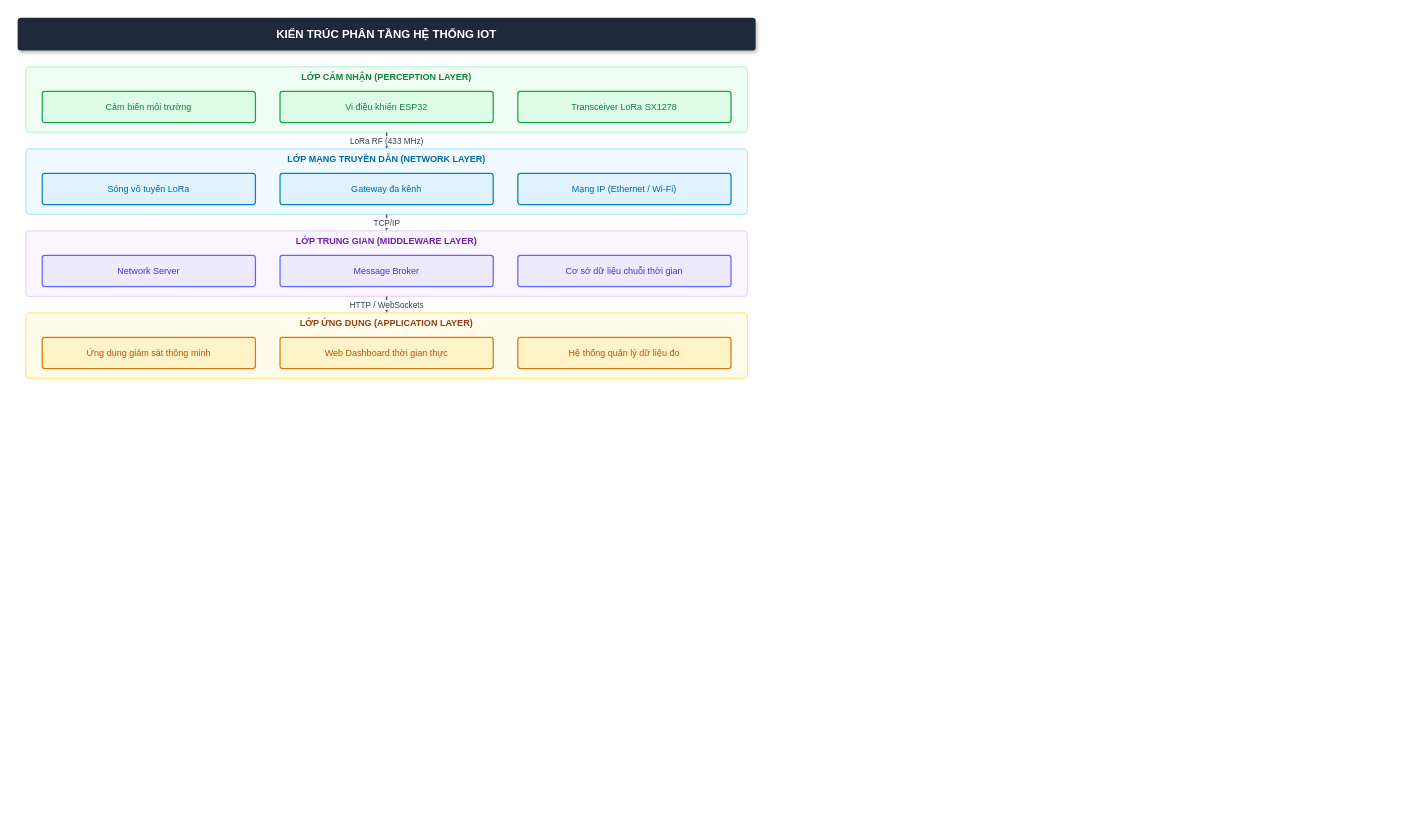
This is page "01_kien_truc_iot_4_lop" (1 of 13) of figs/full_project_diagrams.drawio from Brauuwu/LoRa_TinyML_Hopping, a draw.io file, before an edit. Source tidied: cells renumbered, new cells numbered last; positions are measured from the earlier drawing's top-left corner, leaving out a move shared by most shapes. Both pictures are drawn from the tidied source at 82%, with x=0, y=0 at pixel (17, 17).
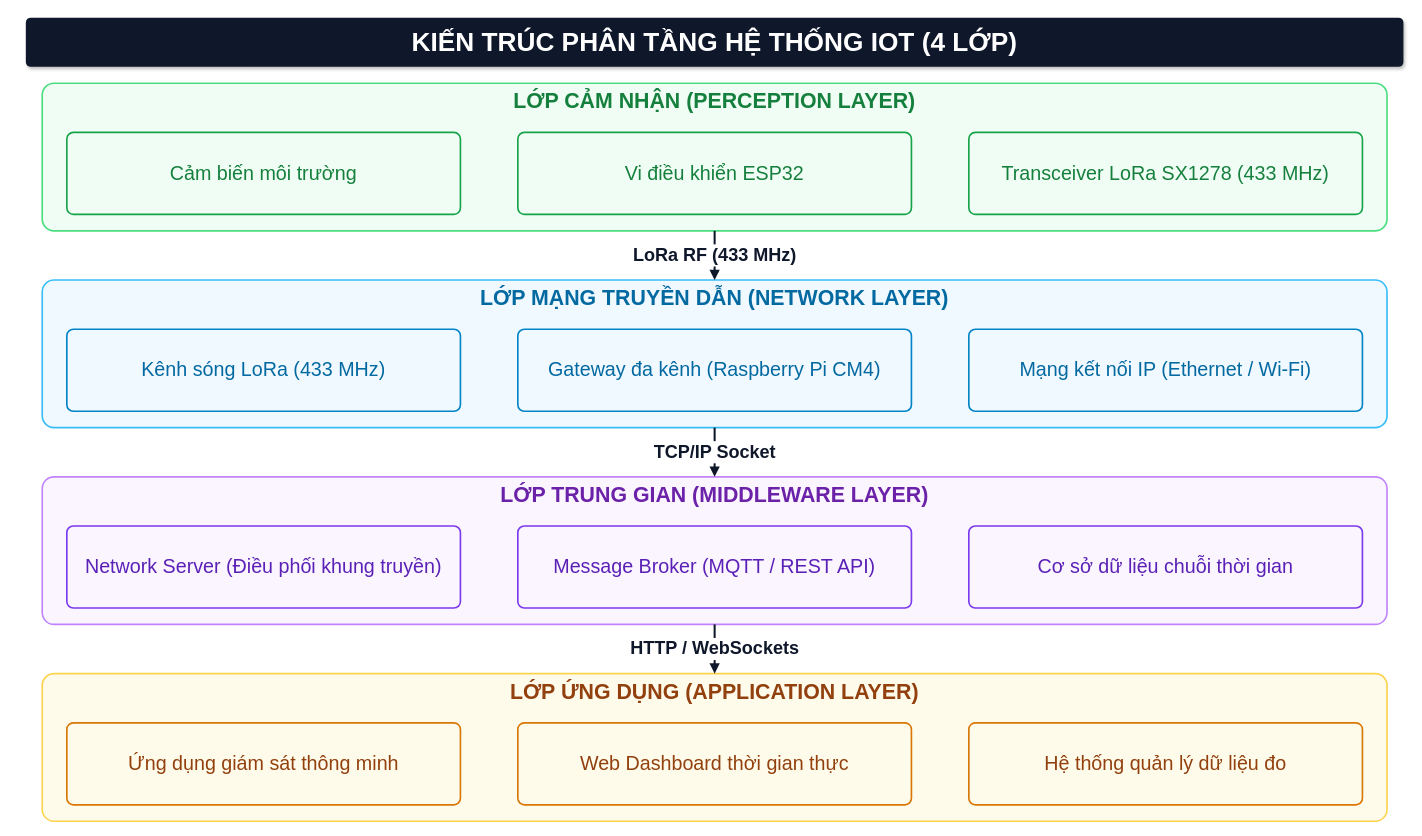
After the change.

What changed in the source:
```diff
@@
-    <mxCell id="2" value="KIẾN TRÚC PHÂN TẦNG HỆ THỐNG IOT" style="rounded=1;whiteSpace=wrap;html=1;fillColor=#1e293b;strokeColor=none;fontColor=#ffffff;fontStyle=1;fontSize=14;shadow=1;arcSize=10;" parent="1" vertex="1">
-      <mxGeometry width="900" height="40" as="geometry" />
+    <mxCell id="2" value="KIẾN TRÚC PHÂN TẦNG HỆ THỐNG IOT (4 LỚP)" style="rounded=1;whiteSpace=wrap;html=1;fillColor=#0f172a;strokeColor=none;fontColor=#ffffff;fontStyle=1;fontSize=32;shadow=1;arcSize=10;fontFamily=Helvetica;" parent="1" vertex="1">
+      <mxGeometry x="10" width="1680" height="60" as="geometry" />
     </mxCell>
-    <mxCell id="3" value="LỚP CẢM NHẬN (PERCEPTION LAYER)" style="rounded=1;whiteSpace=wrap;html=1;fillColor=#f0fdf4;strokeColor=#bbf7d0;strokeWidth=1.5;verticalAlign=top;fontStyle=1;fontSize=11;fontColor=#15803d;arcSize=6;" parent="1" vertex="1">
-      <mxGeometry x="10" y="60" width="880" height="80" as="geometry" />
+    <mxCell id="3" value="LỚP CẢM NHẬN (PERCEPTION LAYER)" style="rounded=1;whiteSpace=wrap;html=1;fillColor=#f0fdf4;strokeColor=#4ade80;strokeWidth=2;verticalAlign=top;fontStyle=1;fontSize=26;fontColor=#15803d;arcSize=8;fontFamily=Helvetica;" parent="1" vertex="1">
+      <mxGeometry x="30" y="80" width="1640" height="180" as="geometry" />
     </mxCell>
-    <mxCell id="4" value="Cảm biến môi trường" style="rounded=1;whiteSpace=wrap;html=1;fillColor=#dcfce7;strokeColor=#16a34a;strokeWidth=1.5;fontColor=#15803d;fontSize=11;arcSize=8;" parent="1" vertex="1">
-      <mxGeometry x="30" y="90" width="260" height="38" as="geometry" />
+    <mxCell id="4" value="Cảm biến môi trường" style="rounded=1;whiteSpace=wrap;html=1;fillColor=#f0fdf4;strokeColor=#16a34a;strokeWidth=2;fontColor=#15803d;fontSize=24;arcSize=8;fontFamily=Helvetica;" parent="1" vertex="1">
+      <mxGeometry x="60" y="140" width="480" height="100" as="geometry" />
     </mxCell>
-    <mxCell id="5" value="Vi điều khiển ESP32" style="rounded=1;whiteSpace=wrap;html=1;fillColor=#dcfce7;strokeColor=#16a34a;strokeWidth=1.5;fontColor=#15803d;fontSize=11;arcSize=8;" parent="1" vertex="1">
-      <mxGeometry x="320" y="90" width="260" height="38" as="geometry" />
+    <mxCell id="5" value="Vi điều khiển ESP32" style="rounded=1;whiteSpace=wrap;html=1;fillColor=#f0fdf4;strokeColor=#16a34a;strokeWidth=2;fontColor=#15803d;fontSize=24;arcSize=8;fontFamily=Helvetica;" parent="1" vertex="1">
+      <mxGeometry x="610" y="140" width="480" height="100" as="geometry" />
     </mxCell>
-    <mxCell id="6" value="Transceiver LoRa SX1278" style="rounded=1;whiteSpace=wrap;html=1;fillColor=#dcfce7;strokeColor=#16a34a;strokeWidth=1.5;fontColor=#15803d;fontSize=11;arcSize=8;" parent="1" vertex="1">
-      <mxGeometry x="610" y="90" width="260" height="38" as="geometry" />
+    <mxCell id="6" value="Transceiver LoRa SX1278 (433 MHz)" style="rounded=1;whiteSpace=wrap;html=1;fillColor=#f0fdf4;strokeColor=#16a34a;strokeWidth=2;fontColor=#15803d;fontSize=24;arcSize=8;fontFamily=Helvetica;" parent="1" vertex="1">
+      <mxGeometry x="1160" y="140" width="480" height="100" as="geometry" />
     </mxCell>
-    <mxCell id="7" value="LỚP MẠNG TRUYỀN DẪN (NETWORK LAYER)" style="rounded=1;whiteSpace=wrap;html=1;fillColor=#f0f9ff;strokeColor=#bae6fd;strokeWidth=1.5;verticalAlign=top;fontStyle=1;fontSize=11;fontColor=#0369a1;arcSize=6;" parent="1" vertex="1">
-      <mxGeometry x="10" y="160" width="880" height="80" as="geometry" />
+    <mxCell id="7" value="LỚP MẠNG TRUYỀN DẪN (NETWORK LAYER)" style="rounded=1;whiteSpace=wrap;html=1;fillColor=#f0f9ff;strokeColor=#38bdf8;strokeWidth=2;verticalAlign=top;fontStyle=1;fontSize=26;fontColor=#0369a1;arcSize=8;fontFamily=Helvetica;" parent="1" vertex="1">
+      <mxGeometry x="30" y="320" width="1640" height="180" as="geometry" />
     </mxCell>
-    <mxCell id="8" value="Sóng vô tuyến LoRa" style="rounded=1;whiteSpace=wrap;html=1;fillColor=#e0f2fe;strokeColor=#0284c7;strokeWidth=1.5;fontColor=#0369a1;fontSize=11;arcSize=8;" parent="1" vertex="1">
-      <mxGeometry x="30" y="190" width="260" height="38" as="geometry" />
+    <mxCell id="8" value="Kênh sóng LoRa (433 MHz)" style="rounded=1;whiteSpace=wrap;html=1;fillColor=#f0f9ff;strokeColor=#0284c7;strokeWidth=2;fontColor=#0369a1;fontSize=24;arcSize=8;fontFamily=Helvetica;" parent="1" vertex="1">
+      <mxGeometry x="60" y="380" width="480" height="100" as="geometry" />
     </mxCell>
-    <mxCell id="9" value="Gateway đa kênh" style="rounded=1;whiteSpace=wrap;html=1;fillColor=#e0f2fe;strokeColor=#0284c7;strokeWidth=1.5;fontColor=#0369a1;fontSize=11;arcSize=8;" parent="1" vertex="1">
-      <mxGeometry x="320" y="190" width="260" height="38" as="geometry" />
+    <mxCell id="9" value="Gateway đa kênh (Raspberry Pi CM4)" style="rounded=1;whiteSpace=wrap;html=1;fillColor=#f0f9ff;strokeColor=#0284c7;strokeWidth=2;fontColor=#0369a1;fontSize=24;arcSize=8;fontFamily=Helvetica;" parent="1" vertex="1">
+      <mxGeometry x="610" y="380" width="480" height="100" as="geometry" />
     </mxCell>
-    <mxCell id="10" value="Mạng IP (Ethernet / Wi-Fi)" style="rounded=1;whiteSpace=wrap;html=1;fillColor=#e0f2fe;strokeColor=#0284c7;strokeWidth=1.5;fontColor=#0369a1;fontSize=11;arcSize=8;" parent="1" vertex="1">
-      <mxGeometry x="610" y="190" width="260" height="38" as="geometry" />
+    <mxCell id="10" value="Mạng kết nối IP (Ethernet / Wi-Fi)" style="rounded=1;whiteSpace=wrap;html=1;fillColor=#f0f9ff;strokeColor=#0284c7;strokeWidth=2;fontColor=#0369a1;fontSize=24;arcSize=8;fontFamily=Helvetica;" parent="1" vertex="1">
+      <mxGeometry x="1160" y="380" width="480" height="100" as="geometry" />
     </mxCell>
-    <mxCell id="11" value="LỚP TRUNG GIAN (MIDDLEWARE LAYER)" style="rounded=1;whiteSpace=wrap;html=1;fillColor=#faf5ff;strokeColor=#e9d5ff;strokeWidth=1.5;verticalAlign=top;fontStyle=1;fontSize=11;fontColor=#6b21a8;arcSize=6;" parent="1" vertex="1">
-      <mxGeometry x="10" y="260" width="880" height="80" as="geometry" />
+    <mxCell id="11" value="LỚP TRUNG GIAN (MIDDLEWARE LAYER)" style="rounded=1;whiteSpace=wrap;html=1;fillColor=#faf5ff;strokeColor=#c084fc;strokeWidth=2;verticalAlign=top;fontStyle=1;fontSize=26;fontColor=#6b21a8;arcSize=8;fontFamily=Helvetica;" parent="1" vertex="1">
+      <mxGeometry x="30" y="560" width="1640" height="180" as="geometry" />
     </mxCell>
-    <mxCell id="12" value="Network Server" style="rounded=1;whiteSpace=wrap;html=1;fillColor=#ede9fe;strokeColor=#6366f1;strokeWidth=1.5;fontColor=#4338ca;fontSize=11;arcSize=8;" parent="1" vertex="1">
-      <mxGeometry x="30" y="290" width="260" height="38" as="geometry" />
+    <mxCell id="12" value="Network Server (Điều phối khung truyền)" style="rounded=1;whiteSpace=wrap;html=1;fillColor=#faf5ff;strokeColor=#7c3aed;strokeWidth=2;fontColor=#5b21b6;fontSize=24;arcSize=8;fontFamily=Helvetica;" parent="1" vertex="1">
+      <mxGeometry x="60" y="620" width="480" height="100" as="geometry" />
     </mxCell>
-    <mxCell id="13" value="Message Broker" style="rounded=1;whiteSpace=wrap;html=1;fillColor=#ede9fe;strokeColor=#6366f1;strokeWidth=1.5;fontColor=#4338ca;fontSize=11;arcSize=8;" parent="1" vertex="1">
-      <mxGeometry x="320" y="290" width="260" height="38" as="geometry" />
+    <mxCell id="13" value="Message Broker (MQTT / REST API)" style="rounded=1;whiteSpace=wrap;html=1;fillColor=#faf5ff;strokeColor=#7c3aed;strokeWidth=2;fontColor=#5b21b6;fontSize=24;arcSize=8;fontFamily=Helvetica;" parent="1" vertex="1">
+      <mxGeometry x="610" y="620" width="480" height="100" as="geometry" />
     </mxCell>
-    <mxCell id="14" value="Cơ sở dữ liệu chuỗi thời gian" style="rounded=1;whiteSpace=wrap;html=1;fillColor=#ede9fe;strokeColor=#6366f1;strokeWidth=1.5;fontColor=#4338ca;fontSize=11;arcSize=8;" parent="1" vertex="1">
-      <mxGeometry x="610" y="290" width="260" height="38" as="geometry" />
+    <mxCell id="14" value="Cơ sở dữ liệu chuỗi thời gian" style="rounded=1;whiteSpace=wrap;html=1;fillColor=#faf5ff;strokeColor=#7c3aed;strokeWidth=2;fontColor=#5b21b6;fontSize=24;arcSize=8;fontFamily=Helvetica;" parent="1" vertex="1">
+      <mxGeometry x="1160" y="620" width="480" height="100" as="geometry" />
     </mxCell>
-    <mxCell id="15" value="LỚP ỨNG DỤNG (APPLICATION LAYER)" style="rounded=1;whiteSpace=wrap;html=1;fillColor=#fffbeb;strokeColor=#fde68a;strokeWidth=1.5;verticalAlign=top;fontStyle=1;fontSize=11;fontColor=#92400e;arcSize=6;" parent="1" vertex="1">
-      <mxGeometry x="10" y="360" width="880" height="80" as="geometry" />
+    <mxCell id="15" value="LỚP ỨNG DỤNG (APPLICATION LAYER)" style="rounded=1;whiteSpace=wrap;html=1;fillColor=#fffbeb;strokeColor=#fcd34d;strokeWidth=2;verticalAlign=top;fontStyle=1;fontSize=26;fontColor=#92400e;arcSize=8;fontFamily=Helvetica;" parent="1" vertex="1">
+      <mxGeometry x="30" y="800" width="1640" height="180" as="geometry" />
     </mxCell>
-    <mxCell id="16" value="Ứng dụng giám sát thông minh" style="rounded=1;whiteSpace=wrap;html=1;fillColor=#fef3c7;strokeColor=#d97706;strokeWidth=1.5;fontColor=#b45309;fontSize=11;arcSize=8;" parent="1" vertex="1">
-      <mxGeometry x="30" y="390" width="260" height="38" as="geometry" />
+    <mxCell id="16" value="Ứng dụng giám sát thông minh" style="rounded=1;whiteSpace=wrap;html=1;fillColor=#fffbeb;strokeColor=#d97706;strokeWidth=2;fontColor=#92400e;fontSize=24;arcSize=8;fontFamily=Helvetica;" parent="1" vertex="1">
+      <mxGeometry x="60" y="860" width="480" height="100" as="geometry" />
     </mxCell>
-    <mxCell id="17" value="Web Dashboard thời gian thực" style="rounded=1;whiteSpace=wrap;html=1;fillColor=#fef3c7;strokeColor=#d97706;strokeWidth=1.5;fontColor=#b45309;fontSize=11;arcSize=8;" parent="1" vertex="1">
-      <mxGeometry x="320" y="390" width="260" height="38" as="geometry" />
+    <mxCell id="17" value="Web Dashboard thời gian thực" style="rounded=1;whiteSpace=wrap;html=1;fillColor=#fffbeb;strokeColor=#d97706;strokeWidth=2;fontColor=#92400e;fontSize=24;arcSize=8;fontFamily=Helvetica;" parent="1" vertex="1">
+      <mxGeometry x="610" y="860" width="480" height="100" as="geometry" />
     </mxCell>
-    <mxCell id="18" value="Hệ thống quản lý dữ liệu đo" style="rounded=1;whiteSpace=wrap;html=1;fillColor=#fef3c7;strokeColor=#d97706;strokeWidth=1.5;fontColor=#b45309;fontSize=11;arcSize=8;" parent="1" vertex="1">
-      <mxGeometry x="610" y="390" width="260" height="38" as="geometry" />
+    <mxCell id="18" value="Hệ thống quản lý dữ liệu đo" style="rounded=1;whiteSpace=wrap;html=1;fillColor=#fffbeb;strokeColor=#d97706;strokeWidth=2;fontColor=#92400e;fontSize=24;arcSize=8;fontFamily=Helvetica;" parent="1" vertex="1">
+      <mxGeometry x="1160" y="860" width="480" height="100" as="geometry" />
     </mxCell>
-    <mxCell id="19" value="LoRa RF (433 MHz)" style="edgeStyle=orthogonalEdgeStyle;rounded=1;jettySize=auto;html=1;strokeColor=#475569;strokeWidth=1.8;endArrow=block;endFill=1;fontColor=#334155;fontSize=10;" parent="1" edge="1" source="3" target="7">
+    <mxCell id="19" value="LoRa RF (433 MHz)" style="edgeStyle=orthogonalEdgeStyle;rounded=1;jettySize=auto;html=1;strokeColor=#0f172a;strokeWidth=2.5;endArrow=block;endFill=1;fontColor=#0f172a;fontSize=22;fontStyle=1;fontFamily=Helvetica;" parent="1" edge="1" source="3" target="7">
       <mxGeometry relative="1" as="geometry" />
     </mxCell>
-    <mxCell id="20" value="TCP/IP" style="edgeStyle=orthogonalEdgeStyle;rounded=1;jettySize=auto;html=1;strokeColor=#475569;strokeWidth=1.8;endArrow=block;endFill=1;fontColor=#334155;fontSize=10;" parent="1" edge="1" source="7" target="11">
+    <mxCell id="20" value="TCP/IP Socket" style="edgeStyle=orthogonalEdgeStyle;rounded=1;jettySize=auto;html=1;strokeColor=#0f172a;strokeWidth=2.5;endArrow=block;endFill=1;fontColor=#0f172a;fontSize=22;fontStyle=1;fontFamily=Helvetica;" parent="1" edge="1" source="7" target="11">
       <mxGeometry relative="1" as="geometry" />
     </mxCell>
-    <mxCell id="21" value="HTTP / WebSockets" style="edgeStyle=orthogonalEdgeStyle;rounded=1;jettySize=auto;html=1;strokeColor=#475569;strokeWidth=1.8;endArrow=block;endFill=1;fontColor=#334155;fontSize=10;" parent="1" edge="1" source="11" target="15">
+    <mxCell id="21" value="HTTP / WebSockets" style="edgeStyle=orthogonalEdgeStyle;rounded=1;jettySize=auto;html=1;strokeColor=#0f172a;strokeWidth=2.5;endArrow=block;endFill=1;fontColor=#0f172a;fontSize=22;fontStyle=1;fontFamily=Helvetica;" parent="1" edge="1" source="11" target="15">
       <mxGeometry relative="1" as="geometry" />
     </mxCell>
```
